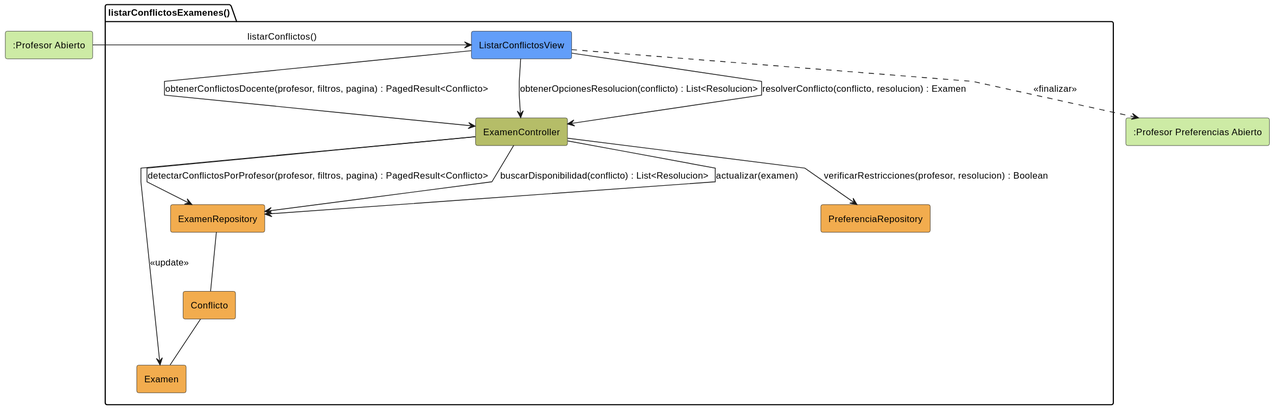
This is images/01-analisis/casos-uso/listarConflictosExamenes/listarConflictosExamenes-analisis.svg from carlos-alvarado-25/25-26-idsw2-sdVC, a PlantUML export, as it was before one commit.
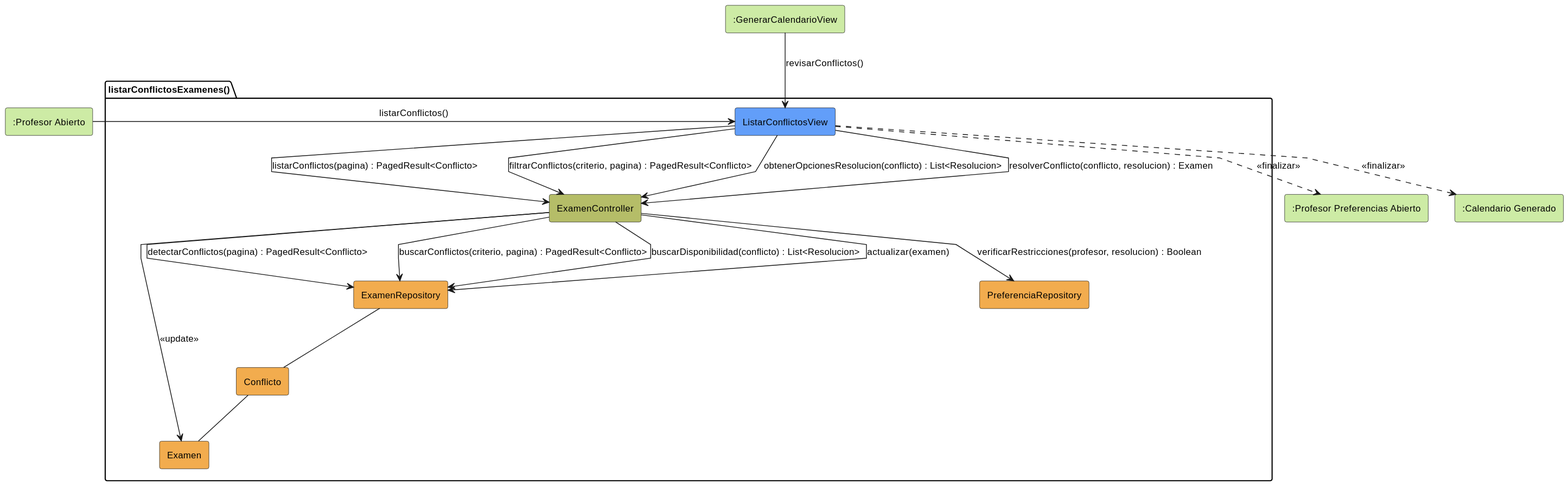
The same file after the commit.

Commit message:
Refactor UML diagrams for conflict listing and calendar generation

The edit, as a diff of the source:
```diff
@@ -6,6 +6,7 @@
 skinparam linetype polyline
 
 rectangle #CDEBA5 ":Profesor Abierto" as ProfesorAbiertoEntrada
+rectangle #CDEBA5 ":GenerarCalendarioView" as GenerarCalendarioEntrada
 
 package listarConflictosExamenes as "listarConflictosExamenes()" {
     rectangle #629EF9 ListarConflictosView
@@ -17,11 +18,16 @@
 }
 
 rectangle #CDEBA5 ":Profesor Preferencias Abierto" as ProfesorPreferenciasSalida
+rectangle #CDEBA5 ":Calendario Generado" as CalendarioGeneradoSalida
 
 ProfesorAbiertoEntrada -r-> ListarConflictosView: listarConflictos()
+GenerarCalendarioEntrada -d-> ListarConflictosView: revisarConflictos()
 
-ListarConflictosView -d-> ExamenController: obtenerConflictosDocente(profesor, filtros, pagina) : PagedResult<Conflicto>
-ExamenController -d-> ExamenRepository: detectarConflictosPorProfesor(profesor, filtros, pagina) : PagedResult<Conflicto>
+ListarConflictosView -d-> ExamenController: listarConflictos(pagina) : PagedResult<Conflicto>
+ExamenController -d-> ExamenRepository: detectarConflictos(pagina) : PagedResult<Conflicto>
+
+ListarConflictosView -d-> ExamenController: filtrarConflictos(criterio, pagina) : PagedResult<Conflicto>
+ExamenController -d-> ExamenRepository: buscarConflictos(criterio, pagina) : PagedResult<Conflicto>
 
 ExamenRepository -- Conflicto
 Conflicto -- Examen
@@ -35,4 +41,5 @@
 ExamenController -d-> ExamenRepository: actualizar(examen)
 
 ListarConflictosView ..> ProfesorPreferenciasSalida: <<finalizar>>
+ListarConflictosView ..> CalendarioGeneradoSalida: <<finalizar>>
 @enduml
```
